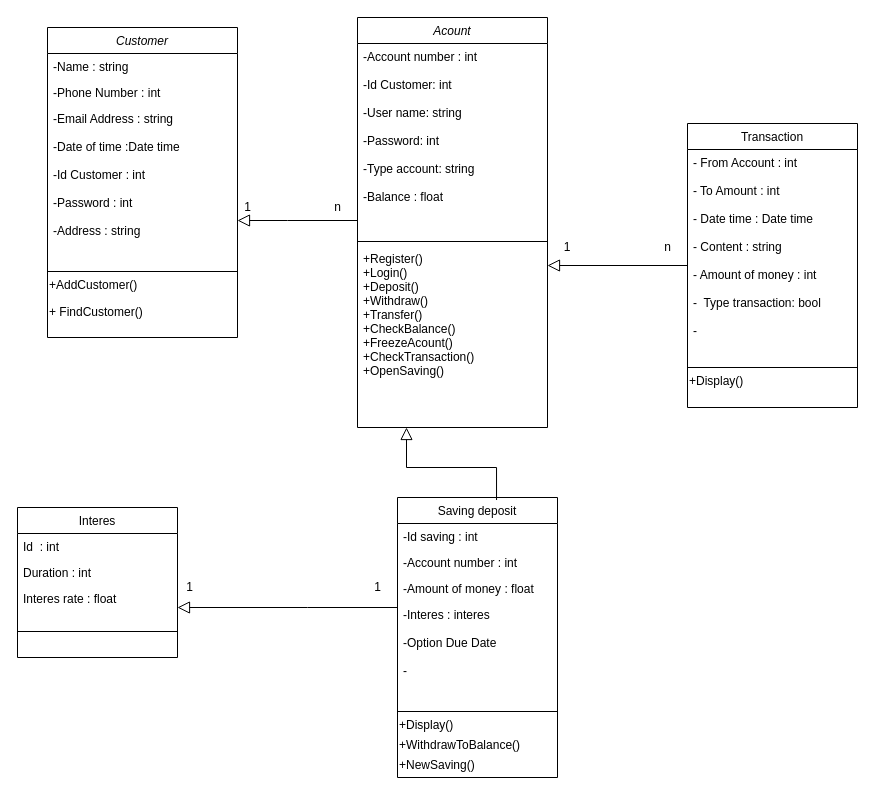
Before: BankClass.drawio in bacday32/lephuocbac, a draw.io diagram. Source tidied: cells renumbered, new cells numbered last; positions are measured from the earlier drawing's top-left corner, leaving out a move shared by most shapes. Both pictures are drawn from the tidied source at 100%, with x=0, y=0 at pixel (-123, 17).
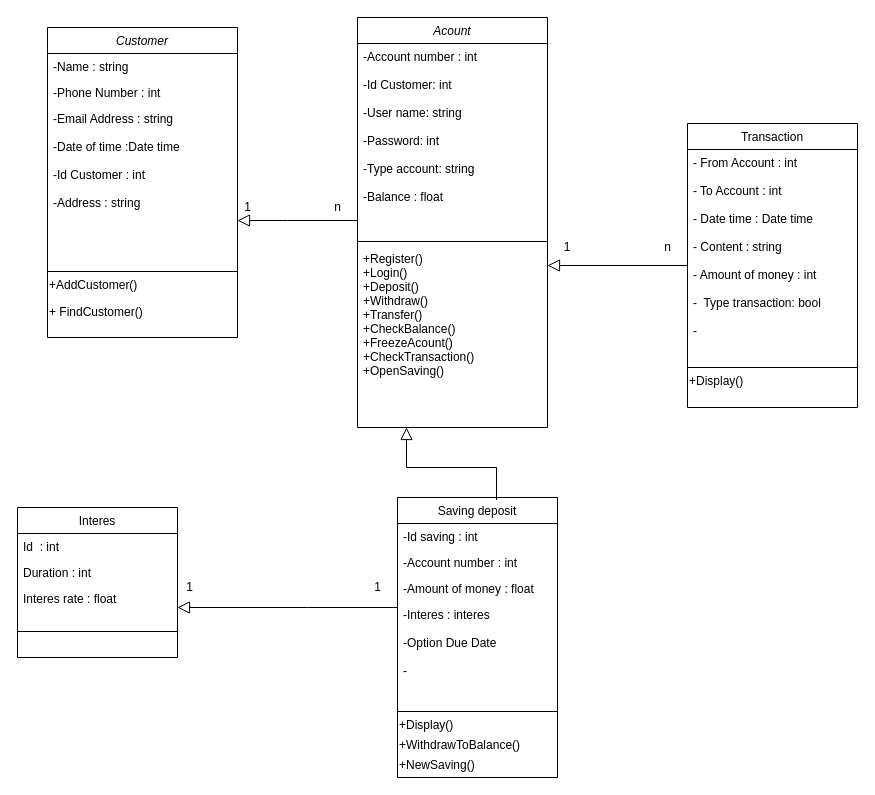
The same diagram, later.

The change refers to these unchanged cells:
```xml
<mxCell id="6" value="Transaction" style="swimlane;fontStyle=0;align=center;verticalAlign=top;horizontal=1;startSize=26;rounded=0;shadow=0;strokeWidth=1;" parent="1" vertex="1">
  <mxGeometry x="810" y="106" width="170" height="284" as="geometry" />
</mxCell>
<mxCell id="20" value="Customer" style="swimlane;fontStyle=2;align=center;verticalAlign=top;horizontal=1;startSize=26;rounded=0;shadow=0;strokeWidth=1;" parent="1" vertex="1">
  <mxGeometry x="170" y="10" width="190" height="310" as="geometry" />
</mxCell>
```

The edit, as a diff of the source:
```diff
@@
-    <mxCell id="7" value="- From Account : int&#10;&#10;- To Amount : int&#10;&#10;- Date time : Date time&#10;&#10;- Content : string&#10;&#10;- Amount of money : int &#10;&#10;-  Type transaction: bool&#10;&#10;- &#10;" style="text;align=left;verticalAlign=top;spacingLeft=4;spacingRight=4;overflow=hidden;" parent="6" vertex="1">
+    <mxCell id="7" value="- From Account : int&#10;&#10;- To Account : int&#10;&#10;- Date time : Date time&#10;&#10;- Content : string&#10;&#10;- Amount of money : int &#10;&#10;-  Type transaction: bool&#10;&#10;- &#10;" style="text;align=left;verticalAlign=top;spacingLeft=4;spacingRight=4;overflow=hidden;" parent="6" vertex="1">
       <mxGeometry y="26" width="170" height="214" as="geometry" />
     </mxCell>
@@
-    <mxCell id="23" value="-Email Address : string&#10;&#10;-Date of time :Date time&#10;&#10;-Id Customer : int &#10;&#10;-Password : int&#10;&#10;-Address : string&#10;" style="text;align=left;verticalAlign=top;spacingLeft=4;spacingRight=4;overflow=hidden;rounded=0;shadow=0;html=0;" parent="20" vertex="1">
+    <mxCell id="23" value="-Email Address : string&#10;&#10;-Date of time :Date time&#10;&#10;-Id Customer : int &#10;&#10;-Address : string&#10;" style="text;align=left;verticalAlign=top;spacingLeft=4;spacingRight=4;overflow=hidden;rounded=0;shadow=0;html=0;" parent="20" vertex="1">
       <mxGeometry y="78" width="190" height="162" as="geometry" />
     </mxCell>
```
